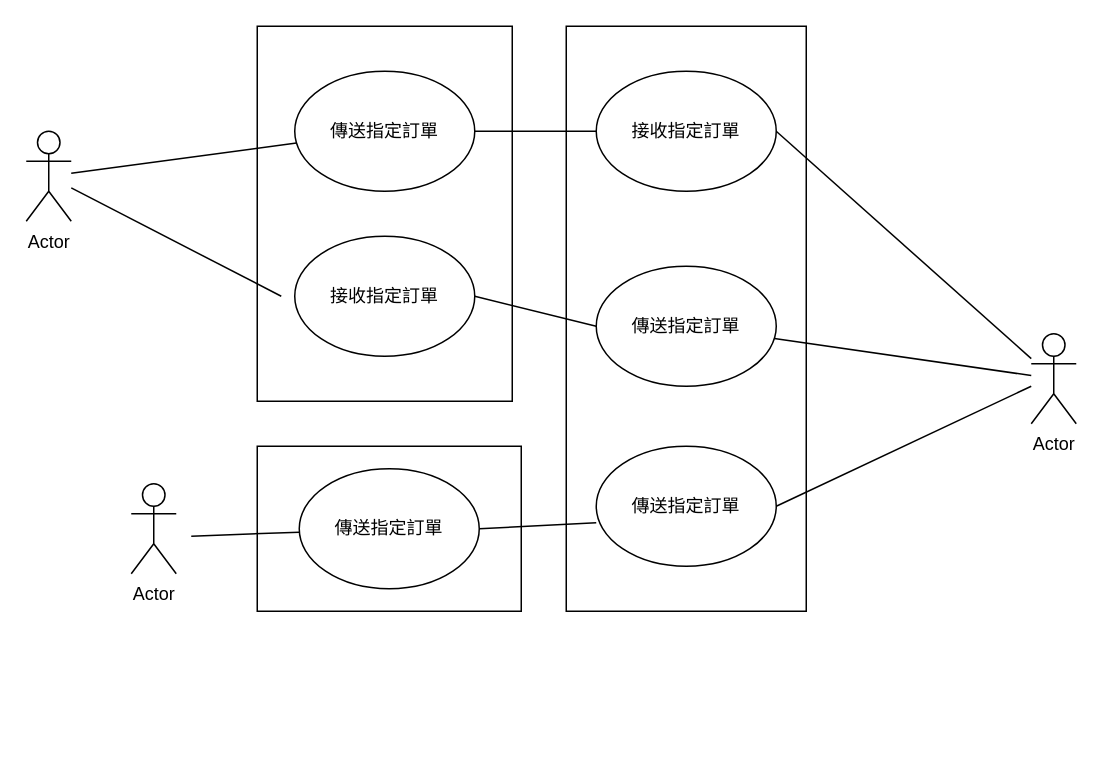
The draw.io diagram 使用案例圖.drawio in phoebe6226/112-2finalproject, before the edit. Source tidied: cells renumbered, new cells numbered last; positions are measured from the earlier drawing's top-left corner, leaving out a move shared by most shapes. Both pictures are drawn from the tidied source at 150%, with x=0, y=0 at pixel (26, 26).
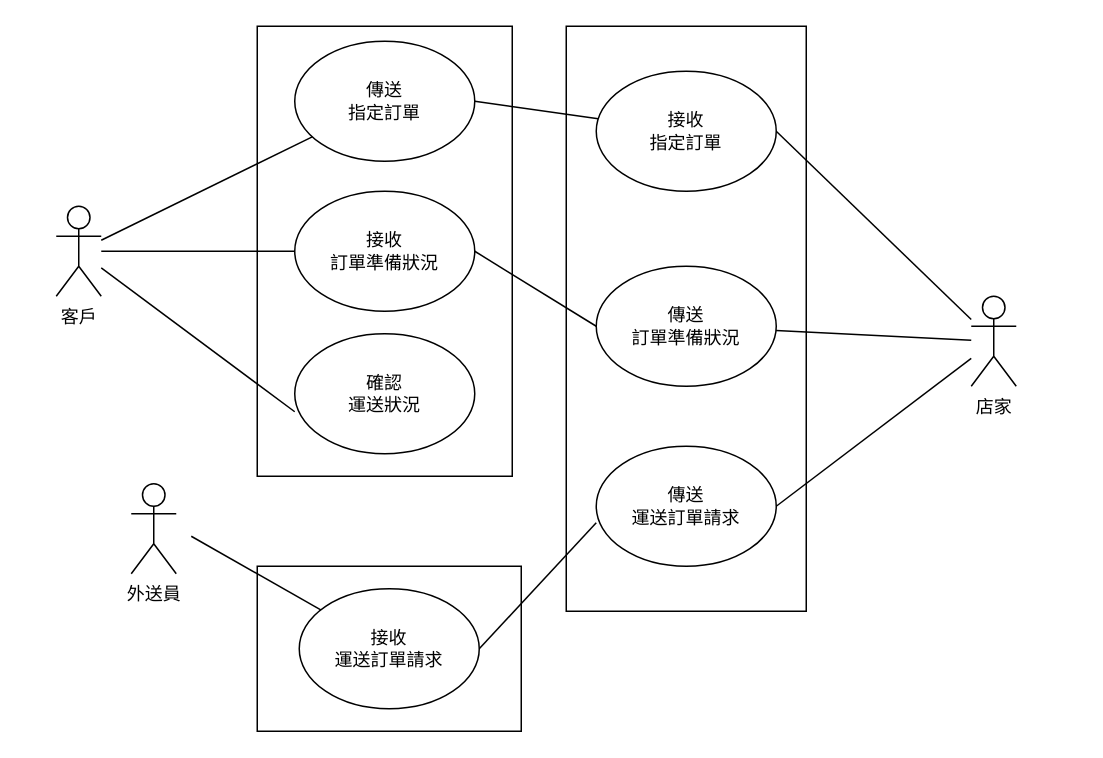
The same diagram, later.

Unchanged cells that the change refers to:
```xml
<mxCell id="5" style="rounded=0;whiteSpace=wrap;html=1;" parent="1" vertex="1">
  <mxGeometry x="360" width="160" height="390" as="geometry" />
</mxCell>
```

Diff of the diagram source:
```diff
@@
-    <mxCell id="2" value="Actor" style="shape=umlActor;verticalLabelPosition=bottom;verticalAlign=top;html=1;outlineConnect=0;" parent="1" vertex="1">
-      <mxGeometry y="70" width="30" height="60" as="geometry" />
+    <mxCell id="2" value="客戶" style="shape=umlActor;verticalLabelPosition=bottom;verticalAlign=top;html=1;outlineConnect=0;" parent="1" vertex="1">
+      <mxGeometry x="20" y="120" width="30" height="60" as="geometry" />
     </mxCell>
     <mxCell id="3" style="rounded=0;whiteSpace=wrap;html=1;" parent="1" vertex="1">
-      <mxGeometry x="154" width="170" height="250" as="geometry" />
+      <mxGeometry x="154" width="170" height="300" as="geometry" />
     </mxCell>
-    <mxCell id="4" value="傳送指定訂單" style="ellipse;whiteSpace=wrap;html=1;" parent="1" vertex="1">
-      <mxGeometry x="179" y="30" width="120" height="80" as="geometry" />
+    <mxCell id="4" value="傳送&lt;br&gt;指定訂單" style="ellipse;whiteSpace=wrap;html=1;" parent="1" vertex="1">
+      <mxGeometry x="179" y="10" width="120" height="80" as="geometry" />
     </mxCell>
+    <mxCell id="23" style="edgeStyle=none;html=1;" parent="1" edge="1" source="5">
+      <mxGeometry relative="1" as="geometry">
+        <mxPoint x="360" y="195" as="targetPoint" />
+      </mxGeometry>
+    </mxCell>
@@
-    <mxCell id="6" value="Actor" style="shape=umlActor;verticalLabelPosition=bottom;verticalAlign=top;html=1;outlineConnect=0;" parent="1" vertex="1">
-      <mxGeometry x="670" y="205" width="30" height="60" as="geometry" />
+    <mxCell id="6" value="店家" style="shape=umlActor;verticalLabelPosition=bottom;verticalAlign=top;html=1;outlineConnect=0;" parent="1" vertex="1">
+      <mxGeometry x="630" y="180" width="30" height="60" as="geometry" />
     </mxCell>
-    <mxCell id="7" value="接收指定訂單" style="ellipse;whiteSpace=wrap;html=1;" parent="1" vertex="1">
+    <mxCell id="7" value="接收&lt;br&gt;指定訂單" style="ellipse;whiteSpace=wrap;html=1;" parent="1" vertex="1">
       <mxGeometry x="380" y="30" width="120" height="80" as="geometry" />
     </mxCell>
@@
-    <mxCell id="11" value="傳送指定訂單" style="ellipse;whiteSpace=wrap;html=1;" parent="1" vertex="1">
+    <mxCell id="11" value="傳送&lt;br&gt;訂單準備狀況" style="ellipse;whiteSpace=wrap;html=1;" parent="1" vertex="1">
       <mxGeometry x="380" y="160" width="120" height="80" as="geometry" />
     </mxCell>
-    <mxCell id="12" value="接收指定訂單" style="ellipse;whiteSpace=wrap;html=1;" parent="1" vertex="1">
-      <mxGeometry x="179" y="140" width="120" height="80" as="geometry" />
+    <mxCell id="12" value="接收&lt;br&gt;訂單準備狀況" style="ellipse;whiteSpace=wrap;html=1;" parent="1" vertex="1">
+      <mxGeometry x="179" y="110" width="120" height="80" as="geometry" />
     </mxCell>
-    <mxCell id="13" value="傳送指定訂單" style="ellipse;whiteSpace=wrap;html=1;" parent="1" vertex="1">
+    <mxCell id="13" value="傳送&lt;br&gt;運送訂單請求" style="ellipse;whiteSpace=wrap;html=1;" parent="1" vertex="1">
       <mxGeometry x="380" y="280" width="120" height="80" as="geometry" />
     </mxCell>
@@
-    <mxCell id="15" style="endArrow=none;html=1;exitX=1;exitY=0.5;exitDx=0;exitDy=0;" parent="1" edge="1" source="13">
-      <mxGeometry relative="1" as="geometry">
-        <mxPoint x="670" y="240" as="targetPoint" />
-      </mxGeometry>
+    <mxCell id="15" style="endArrow=none;html=1;exitX=1;exitY=0.5;exitDx=0;exitDy=0;" parent="1" edge="1" source="13" target="6">
+      <mxGeometry relative="1" as="geometry" />
     </mxCell>
@@
-    <mxCell id="17" style="endArrow=none;html=1;" parent="1" edge="1" target="2">
-      <mxGeometry relative="1" as="geometry">
-        <mxPoint x="170" y="180" as="sourcePoint" />
-      </mxGeometry>
+    <mxCell id="17" style="endArrow=none;html=1;exitX=0;exitY=0.5;exitDx=0;exitDy=0;" parent="1" edge="1" source="12" target="2">
+      <mxGeometry relative="1" as="geometry" />
     </mxCell>
     <mxCell id="18" style="rounded=0;whiteSpace=wrap;html=1;" parent="1" vertex="1">
-      <mxGeometry x="154" y="280" width="176" height="110" as="geometry" />
+      <mxGeometry x="154" y="360" width="176" height="110" as="geometry" />
     </mxCell>
-    <mxCell id="19" value="傳送指定訂單" style="ellipse;whiteSpace=wrap;html=1;" parent="1" vertex="1">
-      <mxGeometry x="182" y="295" width="120" height="80" as="geometry" />
+    <mxCell id="19" value="接收&lt;br&gt;運送訂單請求" style="ellipse;whiteSpace=wrap;html=1;" parent="1" vertex="1">
+      <mxGeometry x="182" y="375" width="120" height="80" as="geometry" />
     </mxCell>
-    <mxCell id="20" value="Actor" style="shape=umlActor;verticalLabelPosition=bottom;verticalAlign=top;html=1;" parent="1" vertex="1">
+    <mxCell id="20" value="外送員" style="shape=umlActor;verticalLabelPosition=bottom;verticalAlign=top;html=1;" parent="1" vertex="1">
       <mxGeometry x="70" y="305" width="30" height="60" as="geometry" />
     </mxCell>
@@
+    <mxCell id="24" value="確認&lt;br&gt;運送狀況" style="ellipse;whiteSpace=wrap;html=1;" parent="1" vertex="1">
+      <mxGeometry x="179" y="205" width="120" height="80" as="geometry" />
+    </mxCell>
+    <mxCell id="25" style="endArrow=none;html=1;entryX=0;entryY=0.65;entryDx=0;entryDy=0;entryPerimeter=0;" parent="1" edge="1" source="2" target="24">
+      <mxGeometry relative="1" as="geometry" />
+    </mxCell>
```
